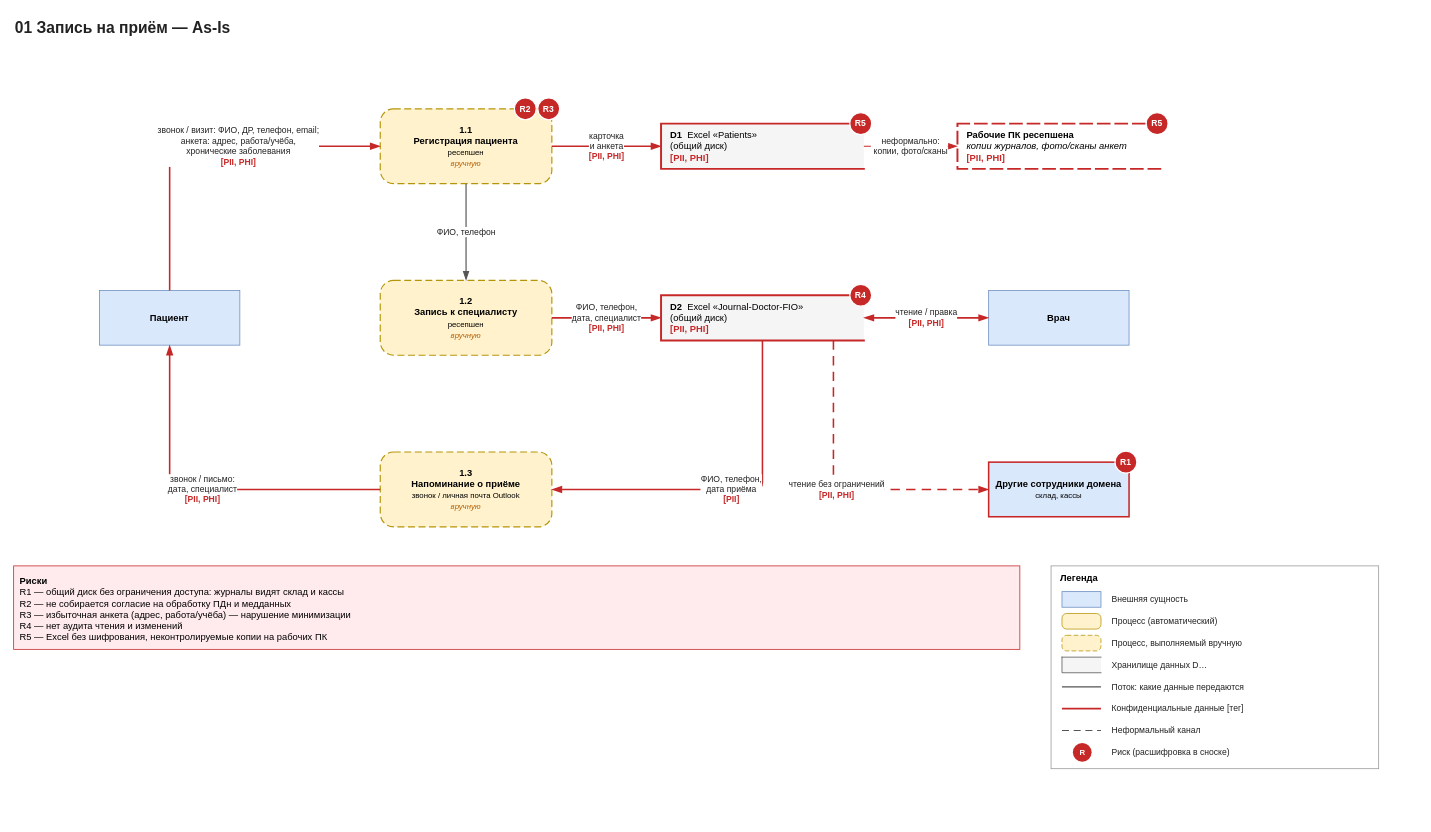
Earlier version of the draw.io diagram page "As-Is" (1 of 2) of Task1/dfd/01-zapis.drawio (iudanet/architecture-medikamente). Source tidied: cells renumbered, new cells numbered last; positions are measured from the earlier drawing's top-left corner, leaving out a move shared by most shapes. Both pictures are drawn from the tidied source at 78%, with x=0, y=0 at pixel (13, 13).
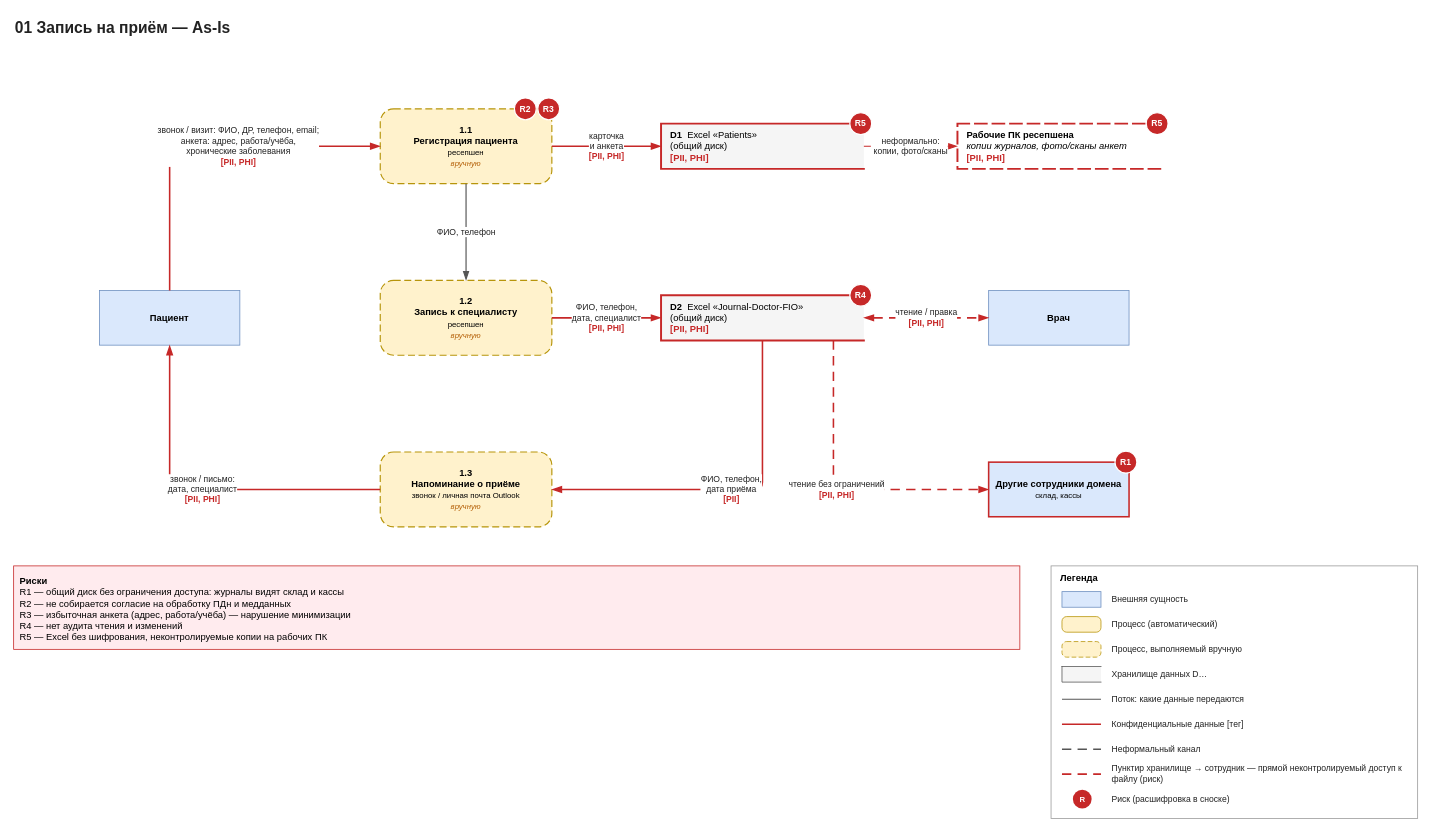
The same page after the edit.

Unchanged cells that the change refers to:
```xml
<mxCell id="8" value="&lt;b&gt;D2&lt;/b&gt;&amp;nbsp;&amp;nbsp;Excel «Journal-Doctor-FIO»&lt;br&gt;(общий диск)&lt;br&gt;&lt;font color=&quot;#C62828&quot;&gt;&lt;b&gt;[PII, PHI]&lt;/b&gt;&lt;/font&gt;" style="shape=partialRectangle;right=0;whiteSpace=wrap;html=1;fillColor=#F5F5F5;strokeColor=#555555;strokeWidth=1.5;fontSize=12;align=left;spacingLeft=10;strokeColor=#C62828;strokeWidth=2.5;" parent="1" vertex="1">
  <mxGeometry x="830" y="361" width="260" height="58" as="geometry" />
</mxCell>
<mxCell id="9" value="&lt;b&gt;Врач&lt;/b&gt;" style="rounded=0;whiteSpace=wrap;html=1;fillColor=#DAE8FC;strokeColor=#6C8EBF;fontSize=12;spacing=4;" parent="1" vertex="1">
  <mxGeometry x="1250" y="355" width="180" height="70" as="geometry" />
</mxCell>
```

Change to the diagram source:
```diff
@@
-    <mxCell id="17" value="чтение / правка&lt;br&gt;&lt;font color=&quot;#C62828&quot;&gt;&lt;b&gt;[PII, PHI]&lt;/b&gt;&lt;/font&gt;" style="edgeStyle=orthogonalEdgeStyle;rounded=1;html=1;endArrow=blockThin;endFill=1;endSize=8;strokeColor=#C62828;strokeWidth=2;fontSize=11;fontColor=#222222;labelBackgroundColor=#FFFFFF;jumpStyle=arc;jumpSize=10;startArrow=blockThin;startFill=1;startSize=8;" parent="1" edge="1" source="8" target="9">
+    <mxCell id="17" value="чтение / правка&lt;br&gt;&lt;font color=&quot;#C62828&quot;&gt;&lt;b&gt;[PII, PHI]&lt;/b&gt;&lt;/font&gt;" style="edgeStyle=orthogonalEdgeStyle;rounded=1;html=1;endArrow=blockThin;endFill=1;endSize=8;strokeColor=#C62828;strokeWidth=2;fontSize=11;fontColor=#222222;labelBackgroundColor=#FFFFFF;jumpStyle=arc;jumpSize=10;startArrow=blockThin;startFill=1;startSize=8;dashed=1;dashPattern=6 4;" parent="1" edge="1" source="8" target="9">
       <mxGeometry relative="1" as="geometry" />
     </mxCell>
@@
     <mxCell id="28" value="&lt;b&gt;Легенда&lt;/b&gt;" style="rounded=0;whiteSpace=wrap;html=1;fillColor=#FFFFFF;strokeColor=#999999;align=left;verticalAlign=top;spacingLeft=10;spacingTop=2;fontSize=12;" parent="1" vertex="1">
-      <mxGeometry x="1330" y="708" width="420" height="260" as="geometry" />
+      <mxGeometry x="1330" y="708" width="470" height="324" as="geometry" />
     </mxCell>
@@
     <mxCell id="30" value="Внешняя сущность" style="text;html=1;whiteSpace=wrap;align=left;verticalAlign=middle;fontSize=11;fontColor=#222222;" parent="1" vertex="1">
-      <mxGeometry x="1406" y="738" width="336" height="26" as="geometry" />
+      <mxGeometry x="1406" y="736" width="386" height="30" as="geometry" />
     </mxCell>
     <mxCell id="31" style="rounded=1;arcSize=30;html=1;fillColor=#FFF2CC;strokeColor=#B7950B;" parent="1" vertex="1">
-      <mxGeometry x="1344" y="769" width="50" height="20" as="geometry" />
+      <mxGeometry x="1344" y="773" width="50" height="20" as="geometry" />
     </mxCell>
     <mxCell id="32" value="Процесс (автоматический)" style="text;html=1;whiteSpace=wrap;align=left;verticalAlign=middle;fontSize=11;fontColor=#222222;" parent="1" vertex="1">
-      <mxGeometry x="1406" y="766" width="336" height="26" as="geometry" />
+      <mxGeometry x="1406" y="768" width="386" height="30" as="geometry" />
     </mxCell>
     <mxCell id="33" style="rounded=1;arcSize=30;html=1;fillColor=#FFF2CC;strokeColor=#B7950B;dashed=1;dashPattern=6 3;" parent="1" vertex="1">
-      <mxGeometry x="1344" y="797" width="50" height="20" as="geometry" />
+      <mxGeometry x="1344" y="805" width="50" height="20" as="geometry" />
     </mxCell>
     <mxCell id="34" value="Процесс, выполняемый вручную" style="text;html=1;whiteSpace=wrap;align=left;verticalAlign=middle;fontSize=11;fontColor=#222222;" parent="1" vertex="1">
-      <mxGeometry x="1406" y="794" width="336" height="26" as="geometry" />
+      <mxGeometry x="1406" y="800" width="386" height="30" as="geometry" />
     </mxCell>
     <mxCell id="35" style="shape=partialRectangle;right=0;html=1;fillColor=#F5F5F5;strokeColor=#555555;" parent="1" vertex="1">
-      <mxGeometry x="1344" y="825" width="50" height="20" as="geometry" />
+      <mxGeometry x="1344" y="837" width="50" height="20" as="geometry" />
     </mxCell>
     <mxCell id="36" value="Хранилище данных D…" style="text;html=1;whiteSpace=wrap;align=left;verticalAlign=middle;fontSize=11;fontColor=#222222;" parent="1" vertex="1">
-      <mxGeometry x="1406" y="822" width="336" height="26" as="geometry" />
+      <mxGeometry x="1406" y="832" width="386" height="30" as="geometry" />
     </mxCell>
     <mxCell id="37" style="shape=line;html=1;strokeColor=#555555;strokeWidth=1.5;" parent="1" vertex="1">
-      <mxGeometry x="1344" y="857" width="50" height="12" as="geometry" />
+      <mxGeometry x="1344" y="873" width="50" height="12" as="geometry" />
     </mxCell>
     <mxCell id="38" value="Поток: какие данные передаются" style="text;html=1;whiteSpace=wrap;align=left;verticalAlign=middle;fontSize=11;fontColor=#222222;" parent="1" vertex="1">
-      <mxGeometry x="1406" y="850" width="336" height="26" as="geometry" />
+      <mxGeometry x="1406" y="864" width="386" height="30" as="geometry" />
     </mxCell>
     <mxCell id="39" style="shape=line;html=1;strokeColor=#C62828;strokeWidth=2;" parent="1" vertex="1">
-      <mxGeometry x="1344" y="885" width="50" height="12" as="geometry" />
+      <mxGeometry x="1344" y="905" width="50" height="12" as="geometry" />
     </mxCell>
     <mxCell id="40" value="Конфиденциальные данные [тег]" style="text;html=1;whiteSpace=wrap;align=left;verticalAlign=middle;fontSize=11;fontColor=#222222;" parent="1" vertex="1">
-      <mxGeometry x="1406" y="878" width="336" height="26" as="geometry" />
+      <mxGeometry x="1406" y="896" width="386" height="30" as="geometry" />
     </mxCell>
-    <mxCell id="41" style="shape=line;html=1;strokeColor=#555555;strokeWidth=1.5;dashed=1;dashPattern=6 4;" parent="1" vertex="1">
-      <mxGeometry x="1344" y="913" width="50" height="12" as="geometry" />
+    <mxCell id="41" style="shape=line;html=1;strokeColor=#555555;strokeWidth=2;dashed=1;dashPattern=6 4;" parent="1" vertex="1">
+      <mxGeometry x="1344" y="937" width="50" height="12" as="geometry" />
     </mxCell>
     <mxCell id="42" value="Неформальный канал" style="text;html=1;whiteSpace=wrap;align=left;verticalAlign=middle;fontSize=11;fontColor=#222222;" parent="1" vertex="1">
-      <mxGeometry x="1406" y="906" width="336" height="26" as="geometry" />
+      <mxGeometry x="1406" y="928" width="386" height="30" as="geometry" />
     </mxCell>
-    <mxCell id="43" value="&lt;b&gt;R&lt;/b&gt;" style="ellipse;html=1;fillColor=#C62828;strokeColor=none;fontColor=#FFFFFF;fontSize=10;" parent="1" vertex="1">
-      <mxGeometry x="1358" y="935" width="24" height="24" as="geometry" />
+    <mxCell id="43" style="shape=line;html=1;strokeColor=#C62828;strokeWidth=2;dashed=1;dashPattern=6 4;" parent="1" vertex="1">
+      <mxGeometry x="1344" y="969" width="50" height="12" as="geometry" />
     </mxCell>
-    <mxCell id="44" value="Риск (расшифровка в сноске)" style="text;html=1;whiteSpace=wrap;align=left;verticalAlign=middle;fontSize=11;fontColor=#222222;" parent="1" vertex="1">
-      <mxGeometry x="1406" y="934" width="336" height="26" as="geometry" />
+    <mxCell id="44" value="Пунктир хранилище → сотрудник — прямой неконтролируемый доступ к файлу (риск)" style="text;html=1;whiteSpace=wrap;align=left;verticalAlign=middle;fontSize=11;fontColor=#222222;" parent="1" vertex="1">
+      <mxGeometry x="1406" y="960" width="386" height="30" as="geometry" />
     </mxCell>
+    <mxCell id="45" value="&lt;b&gt;R&lt;/b&gt;" style="ellipse;html=1;fillColor=#C62828;strokeColor=none;fontColor=#FFFFFF;fontSize=10;" parent="1" vertex="1">
+      <mxGeometry x="1358" y="995" width="24" height="24" as="geometry" />
+    </mxCell>
+    <mxCell id="46" value="Риск (расшифровка в сноске)" style="text;html=1;whiteSpace=wrap;align=left;verticalAlign=middle;fontSize=11;fontColor=#222222;" parent="1" vertex="1">
+      <mxGeometry x="1406" y="992" width="386" height="30" as="geometry" />
+    </mxCell>
```
